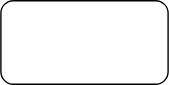
Before: architecture/diagrams/ci-cd-design/release.svg, a diagram exported from draw.io (RideXpress/docs). Source tidied: cells renumbered, new cells last; positions are measured from the earlier drawing's top-left corner, leaving out a move shared by most shapes.
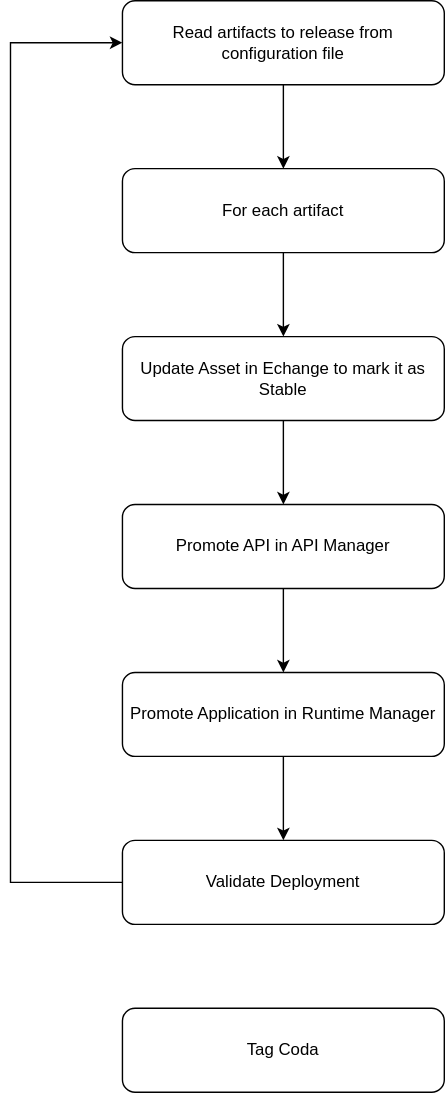
Above is the later version.

Commit message:
Complete CI/CD pipeline documentation with process diagrams and explanations

The edit, as a diff of the source:
```diff
@@ -2,8 +2,49 @@
   <root>
     <mxCell id="0" />
     <mxCell id="1" parent="0" />
+    <mxCell id="3" style="edgeStyle=orthogonalEdgeStyle;rounded=0;jettySize=auto;html=1;entryX=0.5;entryY=0;entryDx=0;entryDy=0;" parent="1" edge="1" source="2" target="5">
+      <mxGeometry relative="1" as="geometry" />
+    </mxCell>
-    <mxCell id="2" style="rounded=1;whiteSpace=wrap;html=1;" parent="1" vertex="1">
-      <mxGeometry width="120" height="60" as="geometry" />
+    <mxCell id="2" value="Read artifacts to release from configuration file" style="rounded=1;whiteSpace=wrap;html=1;" parent="1" vertex="1">
+      <mxGeometry width="230" height="60" as="geometry" />
     </mxCell>
+    <mxCell id="4" style="edgeStyle=orthogonalEdgeStyle;rounded=0;jettySize=auto;html=1;entryX=0.5;entryY=0;entryDx=0;entryDy=0;" parent="1" edge="1" source="5" target="7">
+      <mxGeometry relative="1" as="geometry" />
+    </mxCell>
+    <mxCell id="5" value="For each artifact" style="rounded=1;whiteSpace=wrap;html=1;" parent="1" vertex="1">
+      <mxGeometry y="120" width="230" height="60" as="geometry" />
+    </mxCell>
+    <mxCell id="6" style="edgeStyle=orthogonalEdgeStyle;rounded=0;jettySize=auto;html=1;entryX=0.5;entryY=0;entryDx=0;entryDy=0;" parent="1" edge="1" source="7" target="9">
+      <mxGeometry relative="1" as="geometry" />
+    </mxCell>
+    <mxCell id="7" value="Update Asset in Echange to mark it as Stable" style="rounded=1;whiteSpace=wrap;html=1;" parent="1" vertex="1">
+      <mxGeometry y="240" width="230" height="60" as="geometry" />
+    </mxCell>
+    <mxCell id="8" style="edgeStyle=orthogonalEdgeStyle;rounded=0;jettySize=auto;html=1;entryX=0.5;entryY=0;entryDx=0;entryDy=0;" parent="1" edge="1" source="9" target="11">
+      <mxGeometry relative="1" as="geometry" />
+    </mxCell>
+    <mxCell id="9" value="Promote API in API Manager" style="rounded=1;whiteSpace=wrap;html=1;" parent="1" vertex="1">
+      <mxGeometry y="360" width="230" height="60" as="geometry" />
+    </mxCell>
+    <mxCell id="10" style="edgeStyle=orthogonalEdgeStyle;rounded=0;jettySize=auto;html=1;entryX=0.5;entryY=0;entryDx=0;entryDy=0;" parent="1" edge="1" source="11" target="13">
+      <mxGeometry relative="1" as="geometry" />
+    </mxCell>
+    <mxCell id="11" value="Promote Application in Runtime Manager" style="rounded=1;whiteSpace=wrap;html=1;" parent="1" vertex="1">
+      <mxGeometry y="480" width="230" height="60" as="geometry" />
+    </mxCell>
+    <mxCell id="12" style="edgeStyle=orthogonalEdgeStyle;rounded=0;jettySize=auto;html=1;entryX=0;entryY=0.5;entryDx=0;entryDy=0;" parent="1" edge="1" source="13" target="2">
+      <mxGeometry relative="1" as="geometry">
+        <Array as="points">
+          <mxPoint x="-80" y="630" />
+          <mxPoint x="-80" y="30" />
+        </Array>
+      </mxGeometry>
+    </mxCell>
+    <mxCell id="13" value="Validate Deployment" style="rounded=1;whiteSpace=wrap;html=1;" parent="1" vertex="1">
+      <mxGeometry y="600" width="230" height="60" as="geometry" />
+    </mxCell>
+    <mxCell id="14" value="Tag Coda" style="rounded=1;whiteSpace=wrap;html=1;" parent="1" vertex="1">
+      <mxGeometry y="720" width="230" height="60" as="geometry" />
+    </mxCell>
   </root>
 </mxGraphModel>
```
